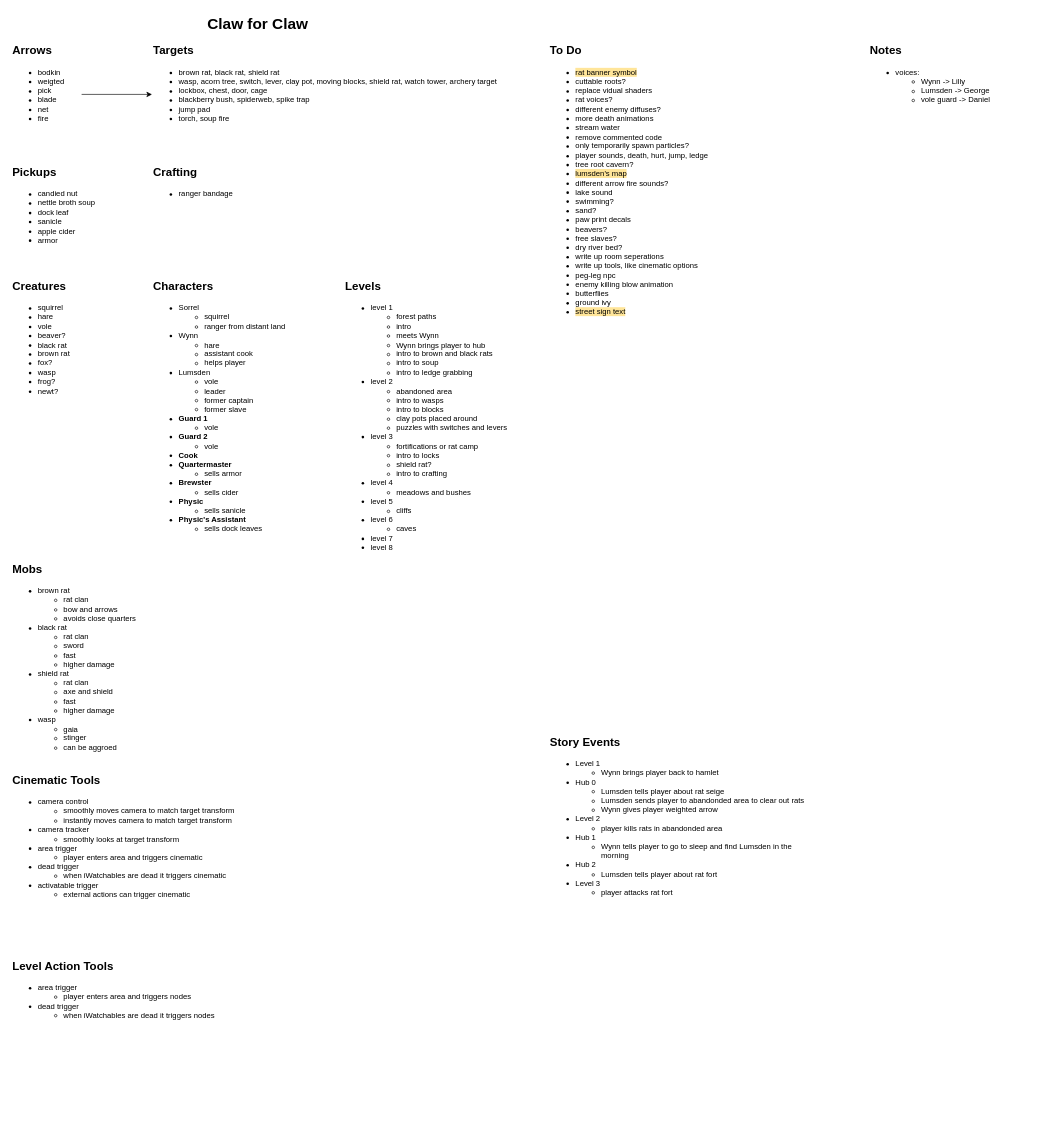
camerondedore/Godot-Project-3 keeps this draw.io diagram as Planning/design-doc.drawio. Above is the earlier version. Source tidied: cells renumbered, new cells numbered last; positions are measured from the earlier drawing's top-left corner, leaving out a move shared by most shapes. Both pictures are drawn from the tidied source at 64%, with x=0, y=0 at pixel (11, 11).
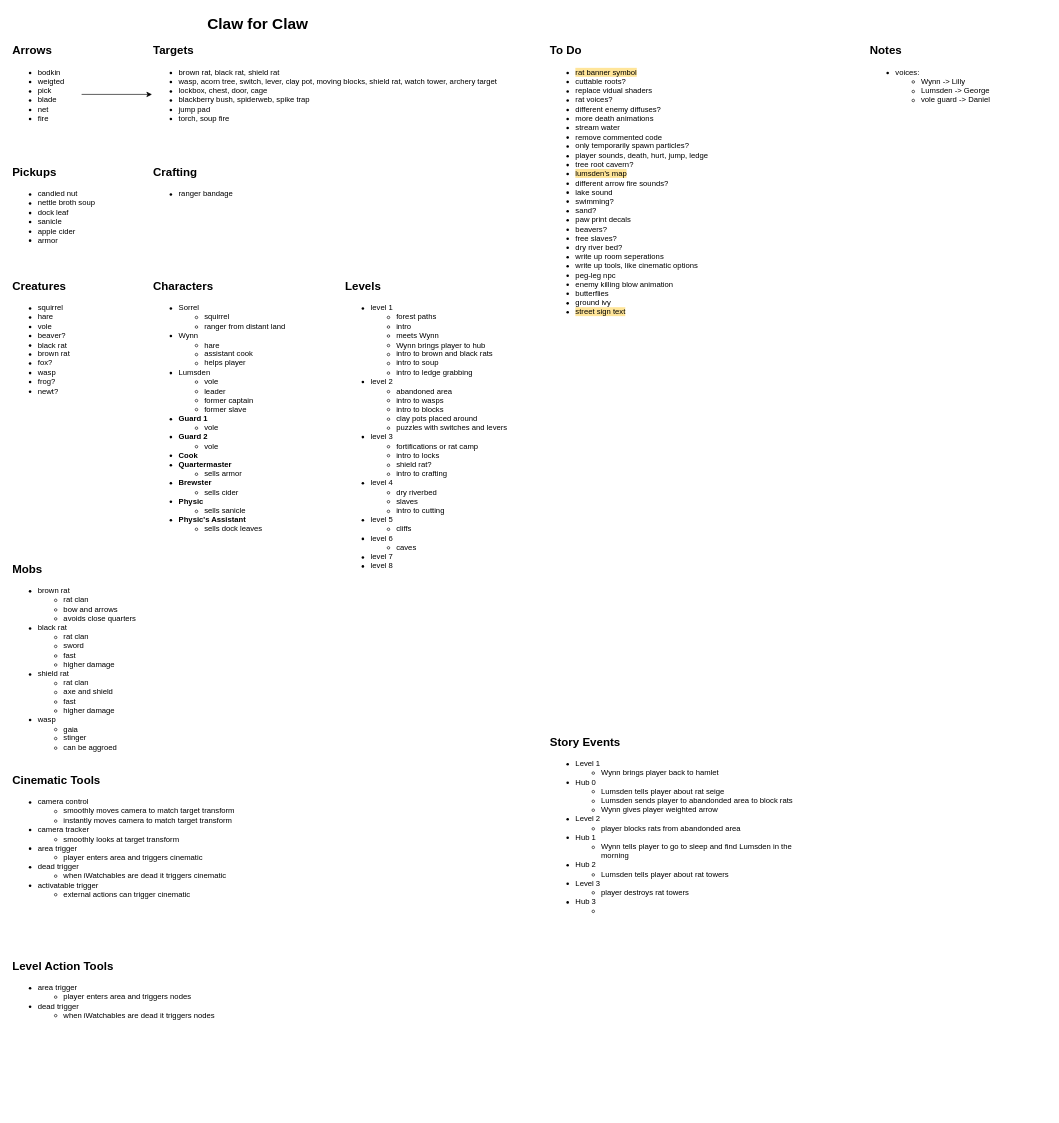
The same diagram, later.

Commit message (it also covers changes not shown here):
starting level 4 model

Diff of the diagram source:
```diff
@@
-    <mxCell id="17" value="&lt;ul&gt;&lt;li&gt;level 1&lt;/li&gt;&lt;ul&gt;&lt;li&gt;forest paths&lt;/li&gt;&lt;li&gt;intro&lt;/li&gt;&lt;li&gt;meets Wynn&lt;/li&gt;&lt;li&gt;Wynn brings player to hub&lt;/li&gt;&lt;li&gt;intro to brown and black rats&lt;/li&gt;&lt;li&gt;intro to soup&lt;/li&gt;&lt;li&gt;intro to ledge grabbing&lt;/li&gt;&lt;/ul&gt;&lt;li&gt;level 2&lt;/li&gt;&lt;ul&gt;&lt;li&gt;abandoned area&lt;/li&gt;&lt;li&gt;intro to wasps&lt;/li&gt;&lt;li&gt;intro to blocks&lt;/li&gt;&lt;li&gt;clay pots placed around&lt;/li&gt;&lt;li&gt;puzzles with switches and levers&lt;/li&gt;&lt;/ul&gt;&lt;li&gt;level 3&lt;/li&gt;&lt;ul&gt;&lt;li&gt;fortifications or rat camp&lt;/li&gt;&lt;li&gt;intro to locks&lt;/li&gt;&lt;li&gt;&lt;span style=&quot;background-color: transparent; color: light-dark(rgb(0, 0, 0), rgb(255, 255, 255));&quot;&gt;shield rat?&lt;/span&gt;&lt;br&gt;&lt;/li&gt;&lt;li&gt;&lt;span style=&quot;background-color: transparent; color: light-dark(rgb(0, 0, 0), rgb(255, 255, 255));&quot;&gt;intro to crafting&lt;/span&gt;&lt;/li&gt;&lt;/ul&gt;&lt;li&gt;level 4&lt;/li&gt;&lt;ul&gt;&lt;li&gt;meadows and bushes&lt;/li&gt;&lt;/ul&gt;&lt;li&gt;level 5&lt;/li&gt;&lt;ul&gt;&lt;li&gt;cliffs&lt;/li&gt;&lt;/ul&gt;&lt;li&gt;level 6&lt;/li&gt;&lt;ul&gt;&lt;li&gt;caves&lt;/li&gt;&lt;/ul&gt;&lt;li&gt;level 7&lt;/li&gt;&lt;li&gt;level 8&lt;/li&gt;&lt;/ul&gt;" style="text;html=1;align=left;verticalAlign=top;whiteSpace=wrap;rounded=0;" parent="1" vertex="1">
+    <mxCell id="17" value="&lt;ul&gt;&lt;li&gt;level 1&lt;/li&gt;&lt;ul&gt;&lt;li&gt;forest paths&lt;/li&gt;&lt;li&gt;intro&lt;/li&gt;&lt;li&gt;meets Wynn&lt;/li&gt;&lt;li&gt;Wynn brings player to hub&lt;/li&gt;&lt;li&gt;intro to brown and black rats&lt;/li&gt;&lt;li&gt;intro to soup&lt;/li&gt;&lt;li&gt;intro to ledge grabbing&lt;/li&gt;&lt;/ul&gt;&lt;li&gt;level 2&lt;/li&gt;&lt;ul&gt;&lt;li&gt;abandoned area&lt;/li&gt;&lt;li&gt;intro to wasps&lt;/li&gt;&lt;li&gt;intro to blocks&lt;/li&gt;&lt;li&gt;clay pots placed around&lt;/li&gt;&lt;li&gt;puzzles with switches and levers&lt;/li&gt;&lt;/ul&gt;&lt;li&gt;level 3&lt;/li&gt;&lt;ul&gt;&lt;li&gt;fortifications or rat camp&lt;/li&gt;&lt;li&gt;intro to locks&lt;/li&gt;&lt;li&gt;&lt;span style=&quot;background-color: transparent; color: light-dark(rgb(0, 0, 0), rgb(255, 255, 255));&quot;&gt;shield rat?&lt;/span&gt;&lt;br&gt;&lt;/li&gt;&lt;li&gt;&lt;span style=&quot;background-color: transparent; color: light-dark(rgb(0, 0, 0), rgb(255, 255, 255));&quot;&gt;intro to crafting&lt;/span&gt;&lt;/li&gt;&lt;/ul&gt;&lt;li&gt;level 4&lt;/li&gt;&lt;ul&gt;&lt;li&gt;dry riverbed&lt;/li&gt;&lt;li&gt;slaves&lt;/li&gt;&lt;li&gt;intro to cutting&lt;/li&gt;&lt;/ul&gt;&lt;li&gt;level 5&lt;/li&gt;&lt;ul&gt;&lt;li&gt;cliffs&lt;/li&gt;&lt;/ul&gt;&lt;li&gt;level 6&lt;/li&gt;&lt;ul&gt;&lt;li&gt;caves&lt;/li&gt;&lt;/ul&gt;&lt;li&gt;level 7&lt;/li&gt;&lt;li&gt;level 8&lt;/li&gt;&lt;/ul&gt;" style="text;html=1;align=left;verticalAlign=top;whiteSpace=wrap;rounded=0;" parent="1" vertex="1">
       <mxGeometry x="520" y="438" width="280" height="402" as="geometry" />
     </mxCell>
@@
-    <mxCell id="25" value="&lt;ul&gt;&lt;li&gt;Level 1&lt;/li&gt;&lt;ul&gt;&lt;li&gt;Wynn brings player back to hamlet&lt;/li&gt;&lt;/ul&gt;&lt;li&gt;Hub 0&lt;/li&gt;&lt;ul&gt;&lt;li&gt;Lumsden tells player about rat seige&lt;/li&gt;&lt;li&gt;Lumsden sends player to abandonded area to clear out rats&lt;/li&gt;&lt;li&gt;Wynn gives player weighted arrow&lt;/li&gt;&lt;/ul&gt;&lt;li&gt;Level 2&lt;/li&gt;&lt;ul&gt;&lt;li&gt;player kills rats in abandonded area&lt;/li&gt;&lt;/ul&gt;&lt;li&gt;Hub 1&lt;/li&gt;&lt;ul&gt;&lt;li&gt;Wynn tells player to go to sleep and find Lumsden in the morning&lt;/li&gt;&lt;/ul&gt;&lt;li&gt;Hub 2&lt;/li&gt;&lt;ul&gt;&lt;li&gt;Lumsden tells player about rat fort&lt;/li&gt;&lt;/ul&gt;&lt;li&gt;Level 3&lt;/li&gt;&lt;ul&gt;&lt;li&gt;player attacks rat fort&lt;/li&gt;&lt;/ul&gt;&lt;/ul&gt;" style="text;html=1;align=left;verticalAlign=top;whiteSpace=wrap;rounded=0;" parent="1" vertex="1">
+    <mxCell id="25" value="&lt;ul&gt;&lt;li&gt;Level 1&lt;/li&gt;&lt;ul&gt;&lt;li&gt;Wynn brings player back to hamlet&lt;/li&gt;&lt;/ul&gt;&lt;li&gt;Hub 0&lt;/li&gt;&lt;ul&gt;&lt;li&gt;Lumsden tells player about rat seige&lt;/li&gt;&lt;li&gt;Lumsden sends player to abandonded area to block rats&lt;/li&gt;&lt;li&gt;Wynn gives player weighted arrow&lt;/li&gt;&lt;/ul&gt;&lt;li&gt;Level 2&lt;/li&gt;&lt;ul&gt;&lt;li&gt;player blocks rats from abandonded area&lt;/li&gt;&lt;/ul&gt;&lt;li&gt;Hub 1&lt;/li&gt;&lt;ul&gt;&lt;li&gt;Wynn tells player to go to sleep and find Lumsden in the morning&lt;/li&gt;&lt;/ul&gt;&lt;li&gt;Hub 2&lt;/li&gt;&lt;ul&gt;&lt;li&gt;Lumsden tells player about rat towers&lt;/li&gt;&lt;/ul&gt;&lt;li&gt;Level 3&lt;/li&gt;&lt;ul&gt;&lt;li&gt;player destroys rat towers&lt;/li&gt;&lt;/ul&gt;&lt;li&gt;Hub 3&lt;/li&gt;&lt;ul&gt;&lt;li&gt;&lt;br&gt;&lt;/li&gt;&lt;/ul&gt;&lt;/ul&gt;" style="text;html=1;align=left;verticalAlign=top;whiteSpace=wrap;rounded=0;" parent="1" vertex="1">
       <mxGeometry x="840" y="1150" width="420" height="440" as="geometry" />
     </mxCell>
```
